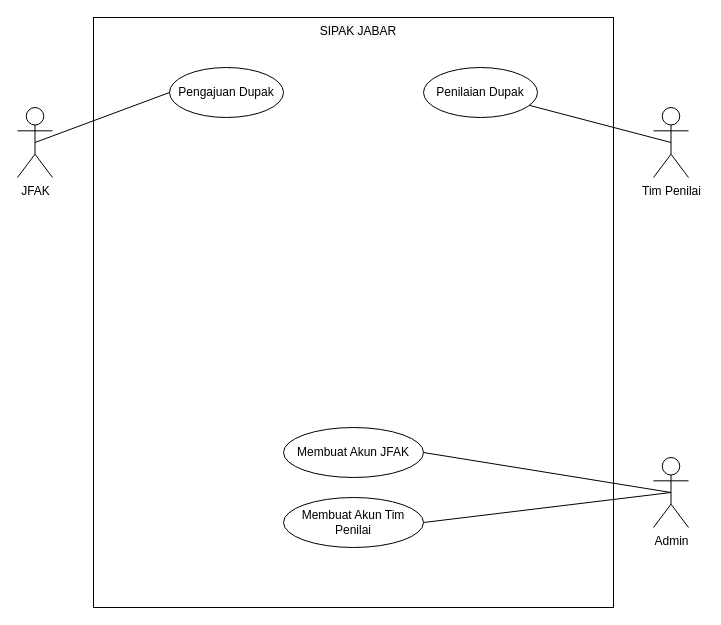
Earlier version of the draw.io diagram Analis/Diagram/Untitled Diagram.drawio (rafifauzi/SIPAK). Source tidied: cells renumbered, new cells numbered last; positions are measured from the earlier drawing's top-left corner, leaving out a move shared by most shapes. Both pictures are drawn from the tidied source at 100%, with x=0, y=0 at pixel (17, 17).
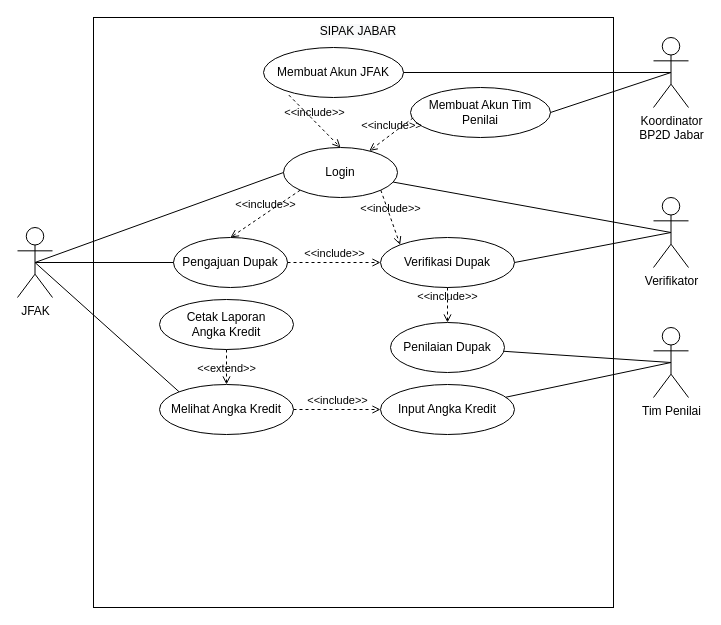
After the change.

Unchanged cells that the change refers to:
```xml
<mxCell id="2" style="rounded=0;whiteSpace=wrap;html=1;" parent="1" vertex="1">
  <mxGeometry x="76" width="520" height="590" as="geometry" />
</mxCell>
```

Change to the diagram source:
```diff
@@
+    <mxCell id="11" value="Pengajuan Dupak" style="ellipse;whiteSpace=wrap;html=1;" parent="2" vertex="1">
+      <mxGeometry x="80" y="220" width="114" height="50" as="geometry" />
+    </mxCell>
+    <mxCell id="8" value="Membuat Akun Tim Penilai" style="ellipse;whiteSpace=wrap;html=1;" parent="2" vertex="1">
+      <mxGeometry x="317" y="70" width="140" height="50" as="geometry" />
+    </mxCell>
+    <mxCell id="15" value="Verifikasi Dupak" style="ellipse;whiteSpace=wrap;html=1;" parent="2" vertex="1">
+      <mxGeometry x="287" y="220" width="134" height="50" as="geometry" />
+    </mxCell>
+    <mxCell id="16" value="&amp;lt;&amp;lt;include&amp;gt;&amp;gt;" style="html=1;verticalAlign=bottom;labelBackgroundColor=none;endArrow=open;endFill=0;dashed=1;rounded=0;entryX=0;entryY=0.5;entryDx=0;entryDy=0;" parent="2" edge="1" source="11" target="15">
+      <mxGeometry relative="1" as="geometry" />
+    </mxCell>
+    <mxCell id="13" value="Penilaian Dupak" style="ellipse;whiteSpace=wrap;html=1;" parent="2" vertex="1">
+      <mxGeometry x="297" y="305" width="114" height="50" as="geometry" />
+    </mxCell>
+    <mxCell id="17" value="&amp;lt;&amp;lt;include&amp;gt;&amp;gt;" style="html=1;verticalAlign=bottom;labelBackgroundColor=none;endArrow=open;endFill=0;dashed=1;rounded=0;entryX=0.5;entryY=0;entryDx=0;entryDy=0;exitX=0.5;exitY=1;exitDx=0;exitDy=0;" parent="2" edge="1" source="15" target="13">
+      <mxGeometry relative="1" as="geometry" />
+    </mxCell>
+    <mxCell id="18" value="Login" style="ellipse;whiteSpace=wrap;html=1;" parent="2" vertex="1">
+      <mxGeometry x="190" y="130" width="114" height="50" as="geometry" />
+    </mxCell>
+    <mxCell id="19" value="&amp;lt;&amp;lt;include&amp;gt;&amp;gt;" style="html=1;verticalAlign=bottom;labelBackgroundColor=none;endArrow=open;endFill=0;dashed=1;rounded=0;exitX=0.019;exitY=0.607;exitDx=0;exitDy=0;exitPerimeter=0;" parent="2" edge="1" source="8" target="18">
+      <mxGeometry relative="1" as="geometry" />
+    </mxCell>
+    <mxCell id="20" value="&amp;lt;&amp;lt;include&amp;gt;&amp;gt;" style="html=1;verticalAlign=bottom;labelBackgroundColor=none;endArrow=open;endFill=0;dashed=1;rounded=0;entryX=0.5;entryY=0;entryDx=0;entryDy=0;exitX=0;exitY=1;exitDx=0;exitDy=0;" parent="2" edge="1" source="18" target="11">
+      <mxGeometry relative="1" as="geometry" />
+    </mxCell>
+    <mxCell id="21" value="&amp;lt;&amp;lt;include&amp;gt;&amp;gt;" style="html=1;verticalAlign=bottom;labelBackgroundColor=none;endArrow=open;endFill=0;dashed=1;rounded=0;entryX=0;entryY=0;entryDx=0;entryDy=0;exitX=1;exitY=1;exitDx=0;exitDy=0;" parent="2" edge="1" source="18" target="15">
+      <mxGeometry relative="1" as="geometry" />
+    </mxCell>
+    <mxCell id="22" value="Cetak Laporan&lt;br&gt;Angka Kredit" style="ellipse;whiteSpace=wrap;html=1;" parent="2" vertex="1">
+      <mxGeometry x="66" y="282" width="134" height="50" as="geometry" />
+    </mxCell>
+    <mxCell id="23" value="Input Angka Kredit" style="ellipse;whiteSpace=wrap;html=1;" parent="2" vertex="1">
+      <mxGeometry x="287" y="367" width="134" height="50" as="geometry" />
+    </mxCell>
+    <mxCell id="7" value="Membuat Akun JFAK" style="ellipse;whiteSpace=wrap;html=1;" parent="2" vertex="1">
+      <mxGeometry x="170" y="30" width="140" height="50" as="geometry" />
+    </mxCell>
+    <mxCell id="24" value="&amp;lt;&amp;lt;include&amp;gt;&amp;gt;" style="html=1;verticalAlign=bottom;labelBackgroundColor=none;endArrow=open;endFill=0;dashed=1;rounded=0;exitX=0.181;exitY=0.952;exitDx=0;exitDy=0;entryX=0.5;entryY=0;entryDx=0;entryDy=0;exitPerimeter=0;" parent="2" edge="1" source="7" target="18">
+      <mxGeometry relative="1" as="geometry" />
+    </mxCell>
@@
     <mxCell id="4" value="JFAK" style="shape=umlActor;verticalLabelPosition=bottom;verticalAlign=top;html=1;outlineConnect=0;" parent="1" vertex="1">
-      <mxGeometry y="90" width="35" height="70" as="geometry" />
+      <mxGeometry y="210" width="35" height="70" as="geometry" />
     </mxCell>
     <mxCell id="5" value="Tim Penilai" style="shape=umlActor;verticalLabelPosition=bottom;verticalAlign=top;html=1;outlineConnect=0;" parent="1" vertex="1">
-      <mxGeometry x="636" y="90" width="35" height="70" as="geometry" />
+      <mxGeometry x="636" y="310" width="35" height="70" as="geometry" />
     </mxCell>
-    <mxCell id="6" value="Admin" style="shape=umlActor;verticalLabelPosition=bottom;verticalAlign=top;html=1;outlineConnect=0;" parent="1" vertex="1">
-      <mxGeometry x="636" y="440" width="35" height="70" as="geometry" />
+    <mxCell id="6" value="Koordinator&lt;br&gt;BP2D Jabar" style="shape=umlActor;verticalLabelPosition=bottom;verticalAlign=top;html=1;outlineConnect=0;" parent="1" vertex="1">
+      <mxGeometry x="636" y="20" width="35" height="70" as="geometry" />
     </mxCell>
-    <mxCell id="7" value="Membuat Akun JFAK" style="ellipse;whiteSpace=wrap;html=1;" parent="1" vertex="1">
-      <mxGeometry x="266" y="410" width="140" height="50" as="geometry" />
-    </mxCell>
-    <mxCell id="8" value="Membuat Akun Tim Penilai" style="ellipse;whiteSpace=wrap;html=1;" parent="1" vertex="1">
-      <mxGeometry x="266" y="480" width="140" height="50" as="geometry" />
-    </mxCell>
@@
-    <mxCell id="11" value="Pengajuan Dupak" style="ellipse;whiteSpace=wrap;html=1;" parent="1" vertex="1">
-      <mxGeometry x="152" y="50" width="114" height="50" as="geometry" />
-    </mxCell>
@@
-    <mxCell id="13" value="Penilaian Dupak" style="ellipse;whiteSpace=wrap;html=1;" parent="1" vertex="1">
-      <mxGeometry x="406" y="50" width="114" height="50" as="geometry" />
-    </mxCell>
@@
+    <mxCell id="25" value="Verifikator" style="shape=umlActor;verticalLabelPosition=bottom;verticalAlign=top;html=1;outlineConnect=0;" parent="1" vertex="1">
+      <mxGeometry x="636" y="180" width="35" height="70" as="geometry" />
+    </mxCell>
+    <mxCell id="26" value="Melihat Angka Kredit" style="ellipse;whiteSpace=wrap;html=1;" parent="1" vertex="1">
+      <mxGeometry x="142" y="367" width="134" height="50" as="geometry" />
+    </mxCell>
+    <mxCell id="27" style="endArrow=none;html=1;rounded=0;exitX=0.5;exitY=0.5;exitDx=0;exitDy=0;exitPerimeter=0;" parent="1" edge="1" source="5" target="23">
+      <mxGeometry relative="1" as="geometry" />
+    </mxCell>
+    <mxCell id="28" style="endArrow=none;html=1;rounded=0;exitX=0;exitY=0;exitDx=0;exitDy=0;entryX=0.5;entryY=0.5;entryDx=0;entryDy=0;entryPerimeter=0;" parent="1" edge="1" source="26" target="4">
+      <mxGeometry relative="1" as="geometry" />
+    </mxCell>
+    <mxCell id="29" style="endArrow=none;html=1;rounded=0;exitX=0.5;exitY=0.5;exitDx=0;exitDy=0;exitPerimeter=0;entryX=1;entryY=0.5;entryDx=0;entryDy=0;" parent="1" edge="1" source="25" target="15">
+      <mxGeometry relative="1" as="geometry" />
+    </mxCell>
+    <mxCell id="30" value="&amp;lt;&amp;lt;extend&amp;gt;&amp;gt;" style="html=1;verticalAlign=bottom;labelBackgroundColor=none;endArrow=open;endFill=0;dashed=1;rounded=0;" parent="1" edge="1" source="22" target="26">
+      <mxGeometry x="0.6" relative="1" as="geometry" />
+    </mxCell>
+    <mxCell id="31" value="&amp;lt;&amp;lt;include&amp;gt;&amp;gt;" style="html=1;verticalAlign=bottom;labelBackgroundColor=none;endArrow=open;endFill=0;dashed=1;rounded=0;entryX=0;entryY=0.5;entryDx=0;entryDy=0;" parent="1" edge="1" source="26" target="23">
+      <mxGeometry relative="1" as="geometry" />
+    </mxCell>
+    <mxCell id="32" style="endArrow=none;html=1;rounded=0;entryX=0.5;entryY=0.5;entryDx=0;entryDy=0;entryPerimeter=0;exitX=0;exitY=0.5;exitDx=0;exitDy=0;" parent="1" edge="1" source="18" target="4">
+      <mxGeometry relative="1" as="geometry" />
+    </mxCell>
+    <mxCell id="33" style="endArrow=none;html=1;rounded=0;exitX=0.5;exitY=0.5;exitDx=0;exitDy=0;exitPerimeter=0;" parent="1" edge="1" source="25" target="18">
+      <mxGeometry relative="1" as="geometry" />
+    </mxCell>
```
